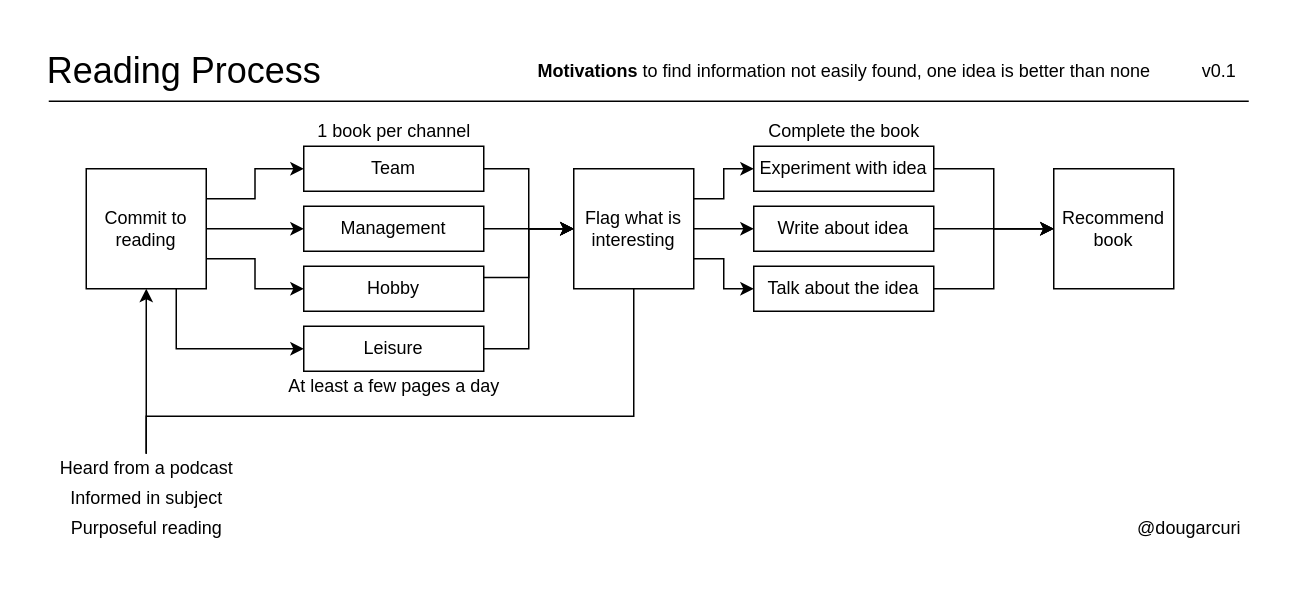
Earlier version of the draw.io diagram mentoring/diagrams/reading-process.drawio (solidi/learning-notes). Source tidied: cells renumbered, new cells numbered last; positions are measured from the earlier drawing's top-left corner, leaving out a move shared by most shapes. Both pictures are drawn from the tidied source at 150%, with x=0, y=0 at pixel (33, 56).
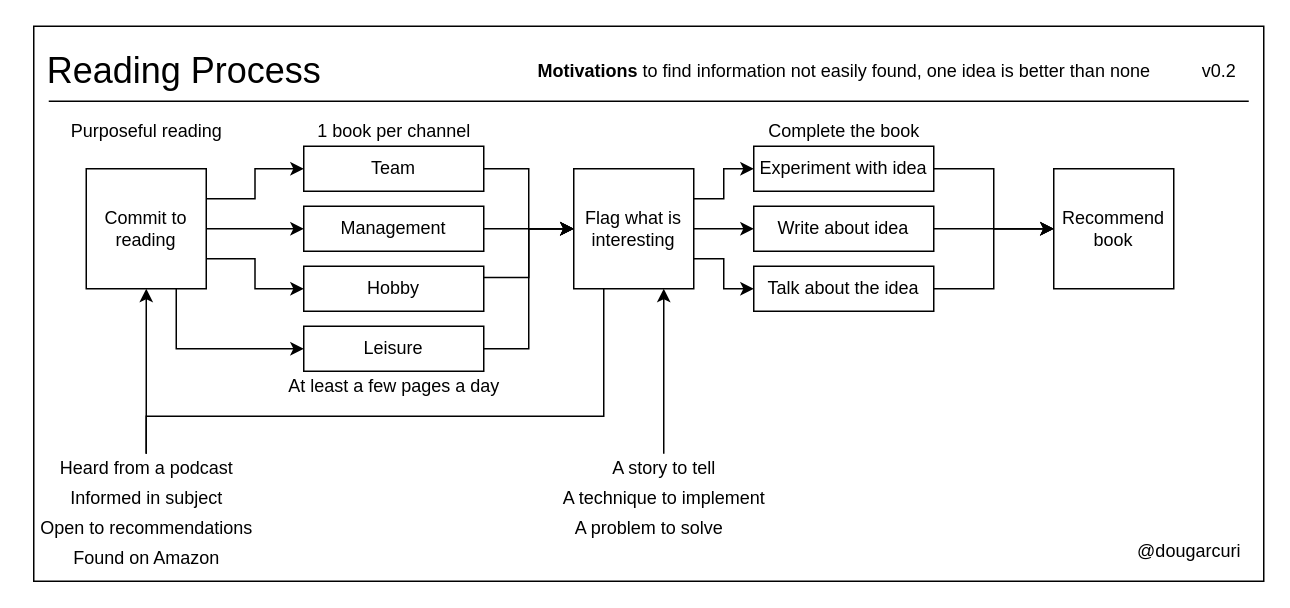
Above is the later version.

Commit message (it also covers changes not shown here):
Add updates to reading process with sourcing

Unchanged cells that the change refers to:
```xml
<mxCell id="9" value="Heard from a podcast" style="text;html=1;align=center;verticalAlign=middle;points=[];" parent="1" vertex="1">
  <mxGeometry x="10" y="265" width="130" height="20" as="geometry" />
</mxCell>
<mxCell id="23" value="Flag what is interesting" style="whiteSpace=wrap;html=1;" parent="1" vertex="1">
  <mxGeometry x="360" y="75" width="80" height="80" as="geometry" />
</mxCell>
```

What changed in the source:
```diff
@@
+    <mxCell id="39" style="rounded=0;whiteSpace=wrap;html=1;fillColor=none;" parent="1" vertex="1">
+      <mxGeometry y="-20" width="820" height="370" as="geometry" />
+    </mxCell>
@@
     <mxCell id="18" value="Purposeful reading" style="text;html=1;align=center;verticalAlign=middle;" parent="1" vertex="1">
-      <mxGeometry x="15" y="305" width="120" height="20" as="geometry" />
+      <mxGeometry x="15" y="40" width="120" height="20" as="geometry" />
     </mxCell>
@@
-    <mxCell id="21" style="edgeStyle=orthogonalEdgeStyle;rounded=0;jettySize=auto;html=1;exitX=0.5;exitY=1;exitDx=0;exitDy=0;endArrow=none;endFill=0;" parent="1" edge="1" source="23" target="9">
+    <mxCell id="21" style="edgeStyle=orthogonalEdgeStyle;rounded=0;jettySize=auto;html=1;exitX=0.25;exitY=1;exitDx=0;exitDy=0;endArrow=none;endFill=0;" parent="1" edge="1" source="23" target="9">
       <mxGeometry relative="1" as="geometry">
         <Array as="points">
-          <mxPoint x="400" y="240" />
+          <mxPoint x="380" y="240" />
           <mxPoint x="75" y="240" />
         </Array>
       </mxGeometry>
     </mxCell>
@@
-    <mxCell id="28" value="v0.1" style="text;html=1;align=center;verticalAlign=middle;" parent="1" vertex="1">
+    <mxCell id="28" value="v0.2" style="text;html=1;align=center;verticalAlign=middle;" parent="1" vertex="1">
       <mxGeometry x="770" width="40" height="20" as="geometry" />
     </mxCell>
     <mxCell id="29" value="@dougarcuri" style="text;html=1;align=center;verticalAlign=middle;" parent="1" vertex="1">
-      <mxGeometry x="730" y="305" width="80" height="20" as="geometry" />
+      <mxGeometry x="730" y="320" width="80" height="20" as="geometry" />
     </mxCell>
@@
+    <mxCell id="40" value="Open to recommendations" style="text;html=1;align=center;verticalAlign=middle;" parent="1" vertex="1">
+      <mxGeometry x="-5" y="305" width="160" height="20" as="geometry" />
+    </mxCell>
+    <mxCell id="41" value="Found on Amazon" style="text;html=1;align=center;verticalAlign=middle;" parent="1" vertex="1">
+      <mxGeometry x="20" y="325" width="110" height="20" as="geometry" />
+    </mxCell>
+    <mxCell id="42" value="A problem to solve" style="text;html=1;align=center;verticalAlign=middle;" parent="1" vertex="1">
+      <mxGeometry x="355" y="305" width="110" height="20" as="geometry" />
+    </mxCell>
+    <mxCell id="43" value="A technique to implement" style="text;html=1;align=center;verticalAlign=middle;" parent="1" vertex="1">
+      <mxGeometry x="345" y="285" width="150" height="20" as="geometry" />
+    </mxCell>
+    <mxCell id="44" style="edgeStyle=orthogonalEdgeStyle;rounded=0;jettySize=auto;html=1;entryX=0.75;entryY=1;entryDx=0;entryDy=0;endArrow=classic;endFill=1;" parent="1" edge="1" source="45" target="23">
+      <mxGeometry relative="1" as="geometry" />
+    </mxCell>
+    <mxCell id="45" value="A story to tell" style="text;html=1;align=center;verticalAlign=middle;points=[];" parent="1" vertex="1">
+      <mxGeometry x="380" y="265" width="80" height="20" as="geometry" />
+    </mxCell>
```
